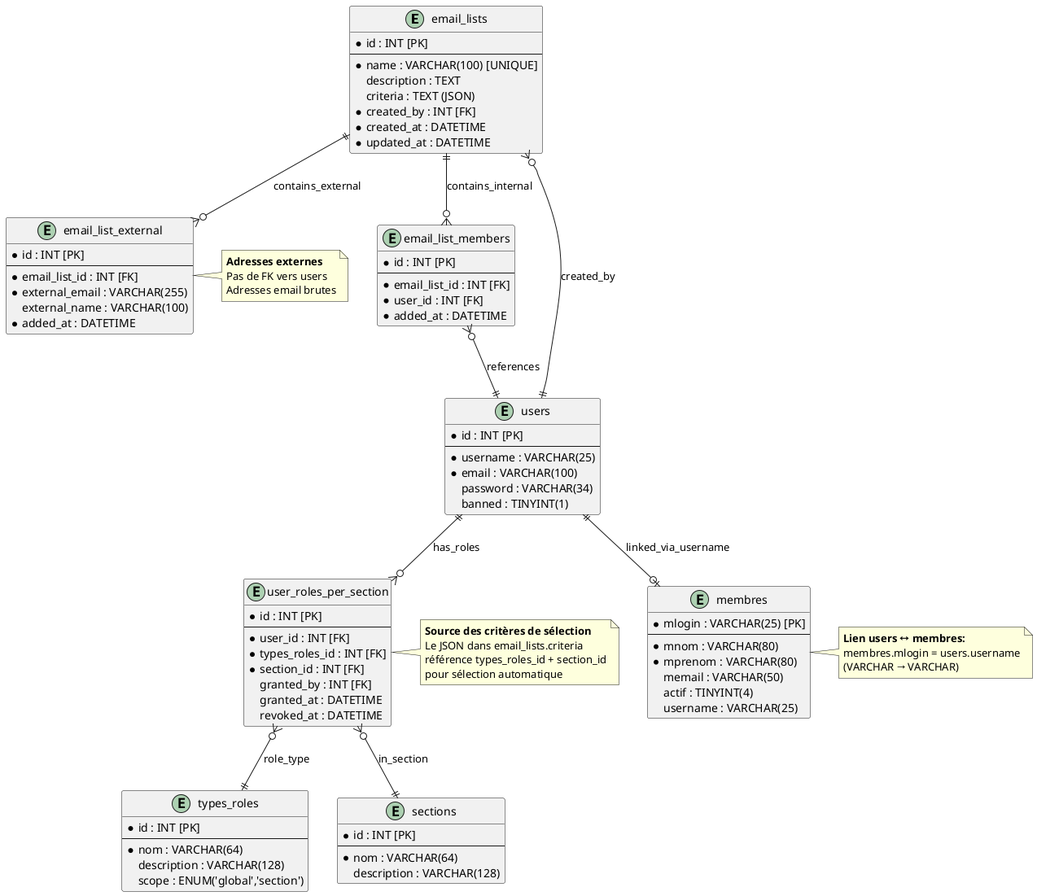
Earlier version of the PlantUML export doc/design_notes/diagrams/email_lists_er.png (flub78/gvv).
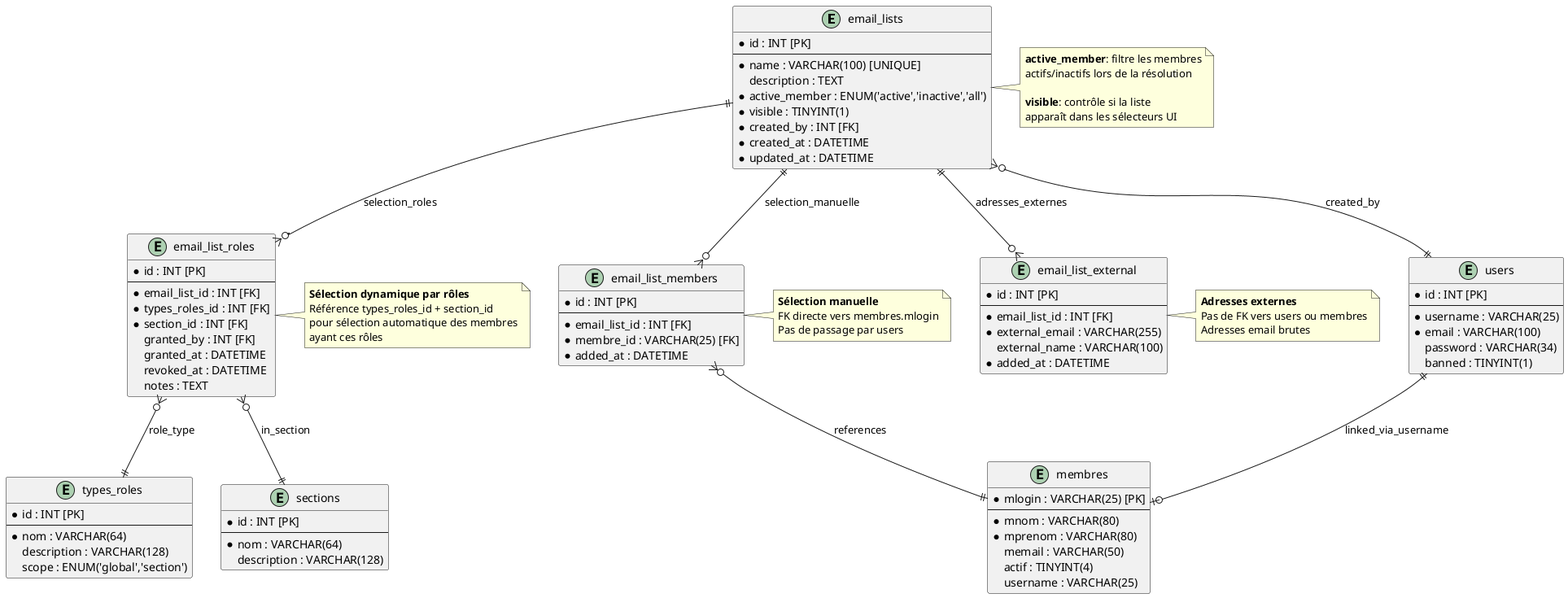
The same diagram one commit later.

Commit message:
email lists simplification

The edit, as a diff of the source:
```diff
@@ -1,20 +1,33 @@
-@startuml
+@startuml email_lists_er
 entity email_lists {
   * id : INT [PK]
   --
   * name : VARCHAR(100) [UNIQUE]
   description : TEXT
-  criteria : TEXT (JSON)
+  * active_member : ENUM('active','inactive','all')
+  * visible : TINYINT(1)
   * created_by : INT [FK]
   * created_at : DATETIME
   * updated_at : DATETIME
+}
+
+entity email_list_roles {
+  * id : INT [PK]
+  --
+  * email_list_id : INT [FK]
+  * types_roles_id : INT [FK]
+  * section_id : INT [FK]
+  granted_by : INT [FK]
+  granted_at : DATETIME
+  revoked_at : DATETIME
+  notes : TEXT
 }
 
 entity email_list_members {
   * id : INT [PK]
   --
   * email_list_id : INT [FK]
-  * user_id : INT [FK]
+  * membre_id : VARCHAR(25) [FK]
   * added_at : DATETIME
 }
 
@@ -46,16 +59,6 @@
   username : VARCHAR(25)
 }
 
-entity user_roles_per_section {
-  * id : INT [PK]
-  --
-  * user_id : INT [FK]
-  * types_roles_id : INT [FK]
-  * section_id : INT [FK]
-  granted_by : INT [FK]
-  granted_at : DATETIME
-  revoked_at : DATETIME
-}
 
 entity types_roles {
   * id : INT [PK]
@@ -72,32 +75,40 @@
   description : VARCHAR(128)
 }
 
-email_lists ||--o{ email_list_members : contains_internal
-email_lists ||--o{ email_list_external : contains_external
-email_list_members }o--|| users : references
+email_lists ||--o{ email_list_roles : selection_roles
+email_lists ||--o{ email_list_members : selection_manuelle
+email_lists ||--o{ email_list_external : adresses_externes
+email_list_members }o--|| membres : references
 email_lists }o--|| users : created_by
 
-users ||--o{ user_roles_per_section : has_roles
-user_roles_per_section }o--|| types_roles : role_type
-user_roles_per_section }o--|| sections : in_section
+email_list_roles }o--|| types_roles : role_type
+email_list_roles }o--|| sections : in_section
 users ||--o| membres : linked_via_username
 
-note right of user_roles_per_section
-  **Source des critères de sélection**
-  Le JSON dans email_lists.criteria
-  référence types_roles_id + section_id
-  pour sélection automatique
+note right of email_list_roles
+  **Sélection dynamique par rôles**
+  Référence types_roles_id + section_id
+  pour sélection automatique des membres
+  ayant ces rôles
+end note
+
+note right of email_list_members
+  **Sélection manuelle**
+  FK directe vers membres.mlogin
+  Pas de passage par users
 end note
 
 note right of email_list_external
   **Adresses externes**
-  Pas de FK vers users
+  Pas de FK vers users ou membres
   Adresses email brutes
 end note
 
-note right of membres
-  **Lien users ↔ membres:**
-  membres.mlogin = users.username
-  (VARCHAR → VARCHAR)
+note right of email_lists
+  **active_member**: filtre les membres
+  actifs/inactifs lors de la résolution
+
+  **visible**: contrôle si la liste
+  apparaît dans les sélecteurs UI
 end note
 @enduml
```
